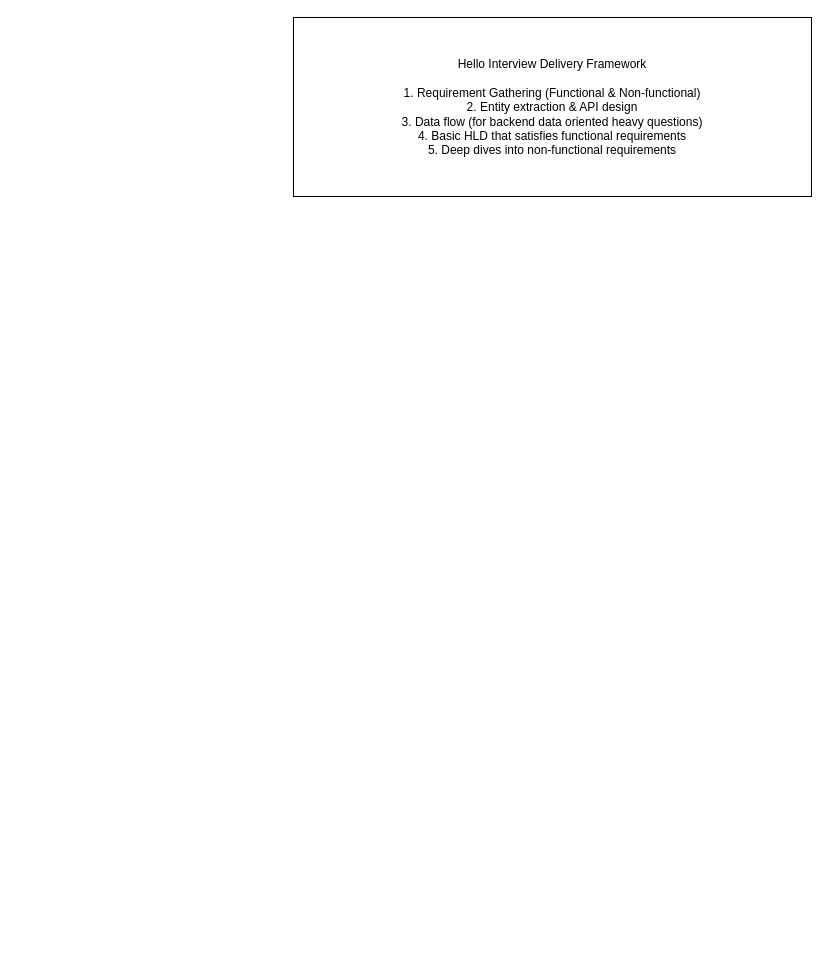
Above: Youtube Top K HLD.drawio in girikgarg8/Hello-Interview-HLD-Whiteboard-Practice (draw.io), before the change. Source tidied: cells renumbered, new cells numbered last; positions are measured from the earlier drawing's top-left corner, leaving out a move shared by most shapes. Both pictures are drawn from the tidied source at 100%, with x=0, y=0 at pixel (293, 17).
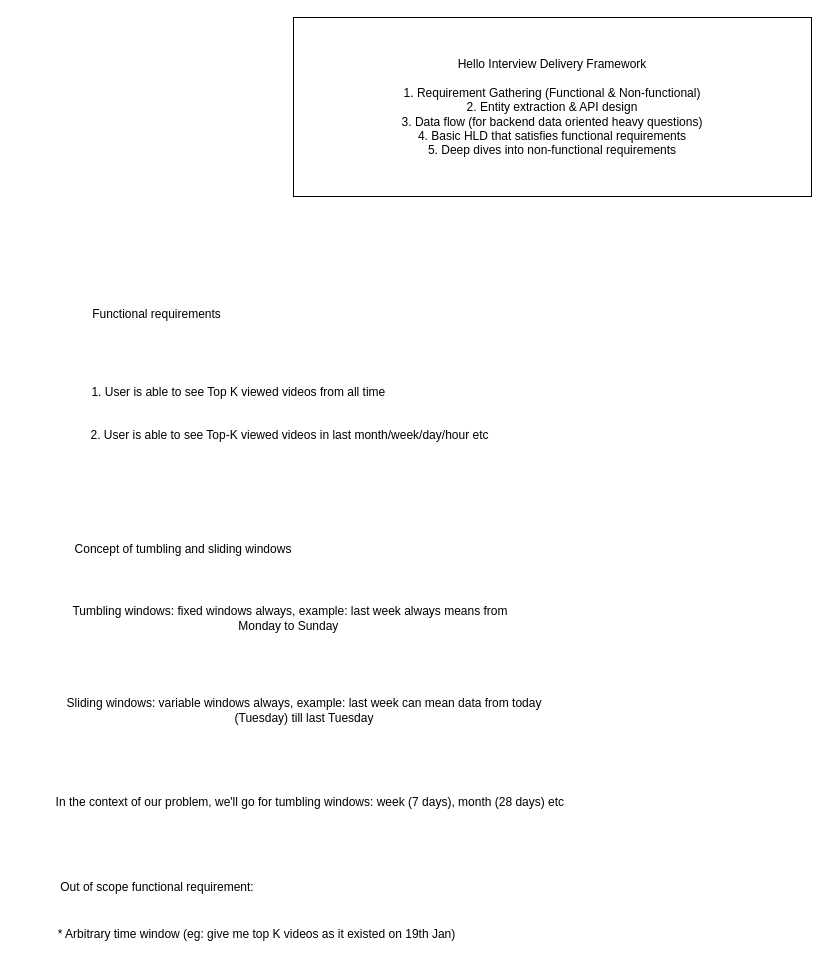
The same page after the edit.

Diff of the diagram source:
```diff
@@
 <mxGraphModel>
   <root>
     <mxCell id="0" />
     <mxCell id="1" parent="0" />
     <mxCell id="2" value="Hello Interview Delivery Framework&lt;div&gt;&lt;br&gt;&lt;/div&gt;&lt;div&gt;1. Requirement Gathering (Functional &amp;amp; Non-functional)&lt;/div&gt;&lt;div&gt;2. Entity extraction &amp;amp; API design&lt;/div&gt;&lt;div&gt;3. Data flow (for backend data oriented heavy questions)&lt;/div&gt;&lt;div&gt;4. Basic HLD that satisfies functional requirements&lt;/div&gt;&lt;div&gt;5. Deep dives into non-functional requirements&lt;/div&gt;" style="rounded=0;whiteSpace=wrap;html=1;" parent="1" vertex="1">
       <mxGeometry width="518" height="179" as="geometry" />
     </mxCell>
+    <mxCell id="3" value="Functional requirements" style="text;html=1;whiteSpace=wrap;strokeColor=none;fillColor=none;align=center;verticalAlign=middle;rounded=0;" parent="1" vertex="1">
+      <mxGeometry x="-226" y="282" width="179" height="30" as="geometry" />
+    </mxCell>
+    <mxCell id="4" value="1. User is able to see Top K viewed videos from all time&amp;nbsp;" style="text;html=1;whiteSpace=wrap;strokeColor=none;fillColor=none;align=center;verticalAlign=middle;rounded=0;" parent="1" vertex="1">
+      <mxGeometry x="-219" y="360" width="332" height="30" as="geometry" />
+    </mxCell>
+    <mxCell id="5" value="2. User is able to see Top-K viewed videos in last month/week/day/hour etc" style="text;html=1;whiteSpace=wrap;strokeColor=none;fillColor=none;align=center;verticalAlign=middle;rounded=0;" parent="1" vertex="1">
+      <mxGeometry x="-213" y="403" width="419" height="30" as="geometry" />
+    </mxCell>
+    <mxCell id="6" value="Concept of tumbling and sliding windows" style="text;html=1;whiteSpace=wrap;strokeColor=none;fillColor=none;align=center;verticalAlign=middle;rounded=0;" parent="1" vertex="1">
+      <mxGeometry x="-254" y="517" width="288" height="30" as="geometry" />
+    </mxCell>
+    <mxCell id="7" value="Tumbling windows: fixed windows always, example: last week always means from Monday to Sunday&amp;nbsp;" style="text;html=1;whiteSpace=wrap;strokeColor=none;fillColor=none;align=center;verticalAlign=middle;rounded=0;" parent="1" vertex="1">
+      <mxGeometry x="-230.5" y="586" width="454" height="30" as="geometry" />
+    </mxCell>
+    <mxCell id="8" value="Sliding windows: variable windows always, example: last week can mean data from today (Tuesday) till last Tuesday" style="text;html=1;whiteSpace=wrap;strokeColor=none;fillColor=none;align=center;verticalAlign=middle;rounded=0;" parent="1" vertex="1">
+      <mxGeometry x="-250" y="678" width="522" height="30" as="geometry" />
+    </mxCell>
+    <mxCell id="9" value="In the context of our problem, we'll go for tumbling windows: week (7 days), month (28 days) etc&amp;nbsp;" style="text;html=1;whiteSpace=wrap;strokeColor=none;fillColor=none;align=center;verticalAlign=middle;rounded=0;" parent="1" vertex="1">
+      <mxGeometry x="-250" y="770" width="537" height="30" as="geometry" />
+    </mxCell>
+    <mxCell id="10" value="Out of scope functional requirement:" style="text;html=1;whiteSpace=wrap;strokeColor=none;fillColor=none;align=center;verticalAlign=middle;rounded=0;" parent="1" vertex="1">
+      <mxGeometry x="-276.5" y="855" width="280" height="30" as="geometry" />
+    </mxCell>
+    <mxCell id="11" value="* Arbitrary time window (eg: give me top K videos as it existed on 19th Jan)" style="text;html=1;whiteSpace=wrap;strokeColor=none;fillColor=none;align=center;verticalAlign=middle;rounded=0;" parent="1" vertex="1">
+      <mxGeometry x="-255" y="902" width="437" height="30" as="geometry" />
+    </mxCell>
   </root>
 </mxGraphModel>
```
